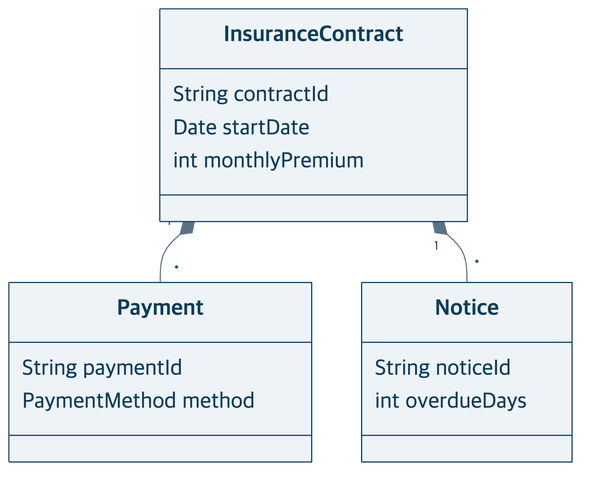
heyoonyoon/distributed-programming keeps this Mermaid diagram as docs/presentation/diagrams/clusters/contract-design.png. Above is the earlier version. Its source is kept beside it as docs/presentation/diagrams/clusters/contract-design.mmd.
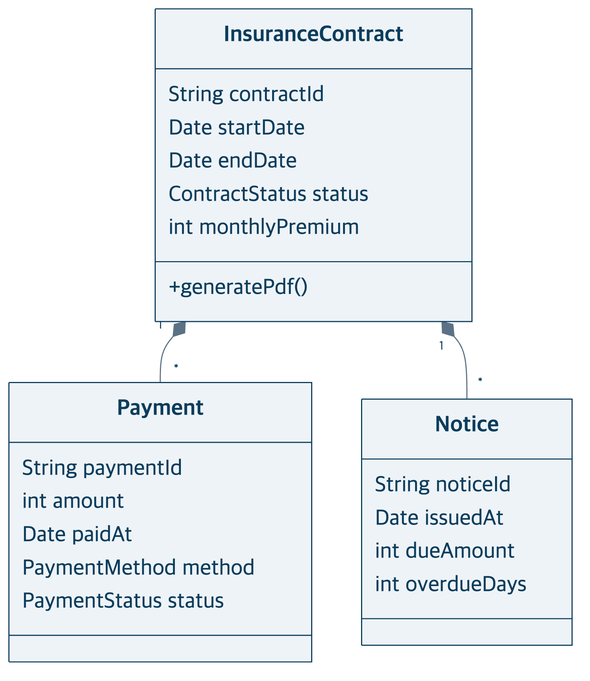
After the commit.

Change to the diagram source:
```diff
@@ -3,14 +3,22 @@
 class InsuranceContract {
   String contractId
   Date startDate
+  Date endDate
+  ContractStatus status
   int monthlyPremium
+  +generatePdf()
 }
 class Payment {
   String paymentId
+  int amount
+  Date paidAt
   PaymentMethod method
+  PaymentStatus status
 }
 class Notice {
   String noticeId
+  Date issuedAt
+  int dueAmount
   int overdueDays
 }
 InsuranceContract "1" *-- "*" Payment
```
